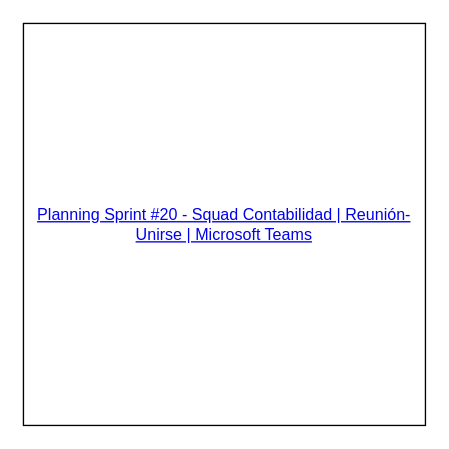
Earlier version of the draw.io diagram Diagrama sin título.drawio (rgil93/Prueba). Source tidied: cells renumbered, new cells numbered last; positions are measured from the earlier drawing's top-left corner, leaving out a move shared by most shapes. Both pictures are drawn from the tidied source at 134%, with x=0, y=0 at pixel (23, 23).
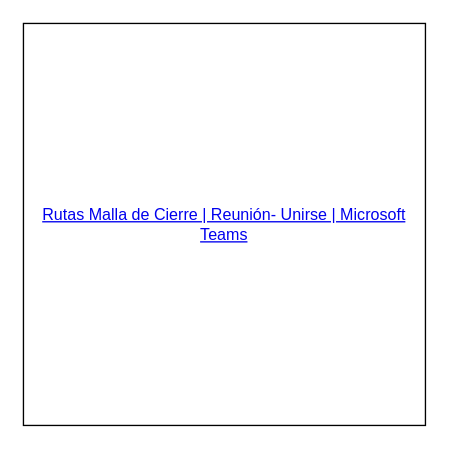
The same diagram, later.

What changed in the source:
```diff
@@
 <mxGraphModel>
   <root>
     <mxCell id="0" />
     <mxCell id="1" parent="0" />
-    <mxCell id="2" value="&lt;div&gt;&lt;a dir=&quot;auto&quot; tabindex=&quot;0&quot; rel=&quot;noopener noreferrer&quot; target=&quot;_blank&quot; href=&quot;https://teams.microsoft.com/l/meetup-join/19%253ameeting_NjAwZDkyYjItZDI3YS00MTI3LTliNjktOGQ0ZDY0NzlkZmMy%2540thread.v2/0?context=%257b%2522Tid%2522%253a%252210a76712-94f6-46a2-9155-31bd8b76f937%2522%252c%2522Oid%2522%253a%2522257b3371-5433-4ced-ae2c-40ed6ea68b44%2522%257d&quot;&gt;Planning Sprint #20 - Squad Contabilidad | Reunión- Unirse | Microsoft Teams&lt;/a&gt;&lt;/div&gt;" style="whiteSpace=wrap;html=1;" parent="1" vertex="1">
+    <mxCell id="2" value="&lt;div&gt;&lt;a dir=&quot;auto&quot; tabindex=&quot;0&quot; rel=&quot;noopener noreferrer&quot; target=&quot;_blank&quot; href=&quot;https://teams.microsoft.com/l/meetup-join/19%253ameeting_YzJjYjgyMGQtNGEyZi00M2JmLWI0MjAtY2VhOTlkZTFjYTc2%2540thread.v2/0?context=%257b%2522Tid%2522%253a%252210a76712-94f6-46a2-9155-31bd8b76f937%2522%252c%2522Oid%2522%253a%25222a993d20-73c4-482a-b03c-164983dbd8a1%2522%257d&quot;&gt;Rutas Malla de Cierre | Reunión- Unirse | Microsoft Teams&lt;/a&gt;&lt;/div&gt;" style="whiteSpace=wrap;html=1;" parent="1" vertex="1">
       <mxGeometry width="300" height="300" as="geometry" />
     </mxCell>
   </root>
 </mxGraphModel>
```
